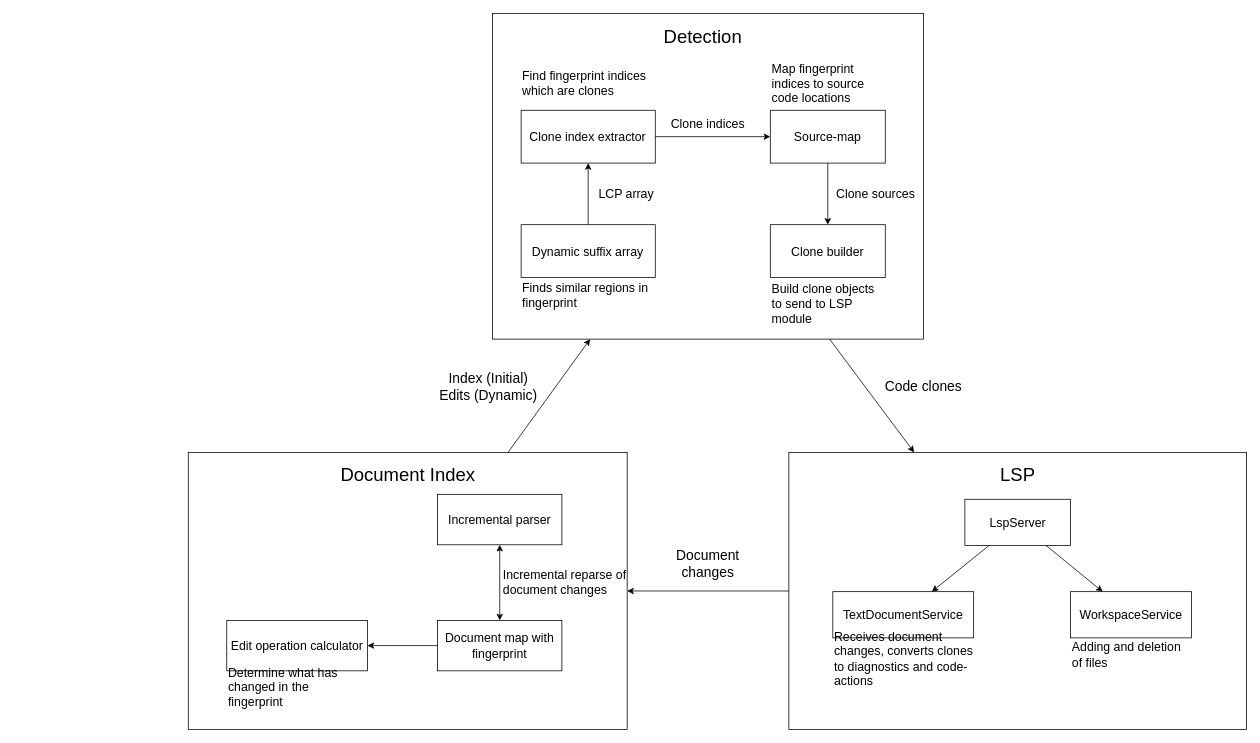
The draw.io diagram thesis/figures/architecture.drawio in jakobkhansen/master-thesis, before the edit. Source tidied: cells renumbered, new cells numbered last; positions are measured from the earlier drawing's top-left corner, leaving out a move shared by most shapes. Both pictures are drawn from the tidied source at 77%, with x=0, y=0 at pixel (188, 13).
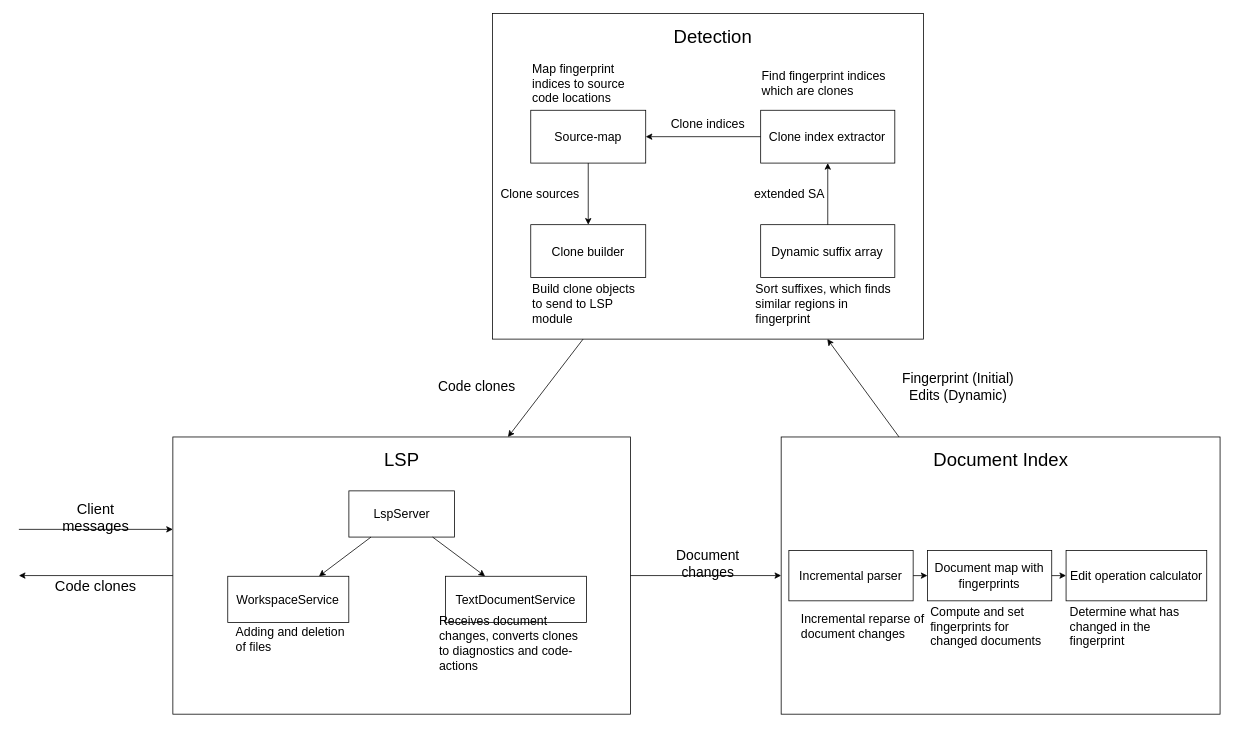
Above is the later version.

The edit, as a diff of the source:
```diff
@@
-    <mxCell id="2" style="rounded=0;whiteSpace=wrap;html=1;fontFamily=Computer Modern;" parent="1" vertex="1">
-      <mxGeometry x="780" y="570" width="594.2" height="360" as="geometry" />
+    <mxCell id="2" style="rounded=0;whiteSpace=wrap;html=1;fontFamily=Computer Modern;flipH=1;" parent="1" vertex="1">
+      <mxGeometry x="-20" y="550" width="594.2" height="360" as="geometry" />
     </mxCell>
     <mxCell id="3" value="LspServer" style="rounded=0;whiteSpace=wrap;html=1;fontSize=16;fontFamily=Computer Modern;" parent="2" vertex="1">
-      <mxGeometry x="228.6" y="60.9" width="137.1" height="60" as="geometry" />
+      <mxGeometry x="228.6" y="70" width="137.1" height="60" as="geometry" />
     </mxCell>
@@
     <mxCell id="5" value="TextDocumentService" style="rounded=0;whiteSpace=wrap;html=1;fontSize=16;fontFamily=Computer Modern;" parent="2" vertex="1">
-      <mxGeometry x="57.1" y="180.9" width="182.9" height="60" as="geometry" />
+      <mxGeometry x="354.2" y="180.9" width="182.9" height="60" as="geometry" />
     </mxCell>
     <mxCell id="6" value="WorkspaceService" style="rounded=0;whiteSpace=wrap;html=1;fontSize=16;fontFamily=Computer Modern;" parent="2" vertex="1">
-      <mxGeometry x="365.7" y="180.9" width="157.2" height="60" as="geometry" />
+      <mxGeometry x="71.3" y="180.9" width="157.2" height="60" as="geometry" />
     </mxCell>
@@
     <mxCell id="9" value="Receives document changes, converts clones to diagnostics and code-actions" style="text;html=1;strokeColor=none;fillColor=none;align=left;verticalAlign=middle;whiteSpace=wrap;rounded=0;fontSize=16;fontFamily=Computer Modern;" parent="2" vertex="1">
-      <mxGeometry x="57.1" y="251.8" width="192.9" height="32.7" as="geometry" />
+      <mxGeometry x="344.2" y="251.8" width="192.9" height="32.7" as="geometry" />
     </mxCell>
     <mxCell id="10" value="Adding and deletion of files" style="text;html=1;strokeColor=none;fillColor=none;align=left;verticalAlign=middle;whiteSpace=wrap;rounded=0;fontSize=16;fontFamily=Computer Modern;" parent="2" vertex="1">
-      <mxGeometry x="365.7" y="240.9" width="148.6" height="43.6" as="geometry" />
+      <mxGeometry x="80" y="240.9" width="148.6" height="43.6" as="geometry" />
     </mxCell>
     <mxCell id="11" style="rounded=0;whiteSpace=wrap;html=1;fontSize=14;fontFamily=Computer Modern;" parent="1" vertex="1">
-      <mxGeometry y="570" width="570" height="360" as="geometry" />
+      <mxGeometry x="770" y="550" width="570" height="360" as="geometry" />
     </mxCell>
@@
-    <mxCell id="13" value="Document map with fingerprint" style="rounded=0;whiteSpace=wrap;html=1;fontSize=16;fontFamily=Computer Modern;" parent="11" vertex="1">
-      <mxGeometry x="323.8" y="218.2" width="161.4" height="65.5" as="geometry" />
+    <mxCell id="13" value="Document map with fingerprints" style="rounded=0;whiteSpace=wrap;html=1;fontSize=16;fontFamily=Computer Modern;" parent="11" vertex="1">
+      <mxGeometry x="190" y="147.3" width="161.4" height="65.5" as="geometry" />
     </mxCell>
     <mxCell id="14" value="Incremental parser" style="rounded=0;whiteSpace=wrap;html=1;fontSize=16;fontFamily=Computer Modern;" parent="11" vertex="1">
-      <mxGeometry x="323.8" y="54.5" width="161.4" height="65.5" as="geometry" />
+      <mxGeometry x="10" y="147.3" width="161.4" height="65.5" as="geometry" />
     </mxCell>
-    <mxCell id="15" style="endArrow=classic;startArrow=classic;html=1;rounded=0;fontSize=14;fontFamily=Computer Modern;" parent="11" edge="1" source="13" target="14">
+    <mxCell id="15" style="endArrow=classic;startArrow=none;html=1;rounded=0;fontSize=14;fontFamily=Computer Modern;startFill=0;" parent="11" edge="1" source="14" target="13">
       <mxGeometry relative="1" as="geometry" />
     </mxCell>
     <mxCell id="16" value="Incremental reparse of document changes" style="text;html=1;strokeColor=none;fillColor=none;align=left;verticalAlign=middle;whiteSpace=wrap;rounded=0;fontSize=16;fontFamily=Computer Modern;" parent="11" vertex="1">
-      <mxGeometry x="407.1" y="152.7" width="162.9" height="32.7" as="geometry" />
+      <mxGeometry x="24.3" y="230" width="162.9" height="32.7" as="geometry" />
     </mxCell>
     <mxCell id="17" value="Edit operation calculator" style="rounded=0;whiteSpace=wrap;html=1;fontSize=16;fontFamily=Computer Modern;" parent="11" vertex="1">
-      <mxGeometry x="50" y="218.2" width="182.7" height="65.5" as="geometry" />
+      <mxGeometry x="370" y="147.3" width="182.7" height="65.5" as="geometry" />
     </mxCell>
@@
     <mxCell id="19" value="Determine what has changed in the fingerprint" style="text;html=1;strokeColor=none;fillColor=none;align=left;verticalAlign=middle;whiteSpace=wrap;rounded=0;fontSize=16;fontFamily=Computer Modern;" parent="11" vertex="1">
-      <mxGeometry x="50" y="283.6" width="180" height="43.6" as="geometry" />
+      <mxGeometry x="372.6" y="224.5" width="180" height="43.6" as="geometry" />
     </mxCell>
+    <mxCell id="42" style="edgeStyle=orthogonalEdgeStyle;rounded=0;orthogonalLoop=1;jettySize=auto;html=1;exitX=0.5;exitY=1;exitDx=0;exitDy=0;" parent="11" edge="1" source="19" target="19">
+      <mxGeometry relative="1" as="geometry" />
+    </mxCell>
+    <mxCell id="43" value="Compute and set fingerprints for changed documents" style="text;html=1;strokeColor=none;fillColor=none;align=left;verticalAlign=middle;whiteSpace=wrap;rounded=0;fontSize=16;fontFamily=Computer Modern;" parent="11" vertex="1">
+      <mxGeometry x="192" y="230" width="159.4" height="32.7" as="geometry" />
+    </mxCell>
-    <mxCell id="20" style="rounded=0;whiteSpace=wrap;html=1;fontSize=14;" parent="1" vertex="1">
+    <mxCell id="20" style="rounded=0;whiteSpace=wrap;html=1;fontSize=14;flipV=0;flipH=1;" parent="1" vertex="1">
       <mxGeometry x="395" width="560" height="422.9" as="geometry" />
     </mxCell>
     <mxCell id="21" value="Detection" style="text;html=1;strokeColor=none;fillColor=none;align=center;verticalAlign=middle;whiteSpace=wrap;rounded=0;fontSize=24;fontFamily=Computer Modern;" parent="20" vertex="1">
-      <mxGeometry x="140.2" y="11.4" width="267.1" height="39.6" as="geometry" />
+      <mxGeometry x="152.7" y="11.4" width="267.1" height="39.6" as="geometry" />
     </mxCell>
     <mxCell id="22" value="Dynamic suffix array" style="rounded=0;whiteSpace=wrap;html=1;fontFamily=Computer Modern;fontSize=16;" parent="20" vertex="1">
-      <mxGeometry x="37.3" y="274.3" width="174.2" height="68.6" as="geometry" />
+      <mxGeometry x="348.4" y="274.3" width="174.2" height="68.6" as="geometry" />
     </mxCell>
     <mxCell id="23" value="Clone index extractor" style="rounded=0;whiteSpace=wrap;html=1;fontFamily=Computer Modern;fontSize=16;" parent="20" vertex="1">
-      <mxGeometry x="37.3" y="125.7" width="174.2" height="68.6" as="geometry" />
+      <mxGeometry x="348.4" y="125.7" width="174.2" height="68.6" as="geometry" />
     </mxCell>
@@
-    <mxCell id="25" value="LCP array" style="text;html=1;strokeColor=none;fillColor=none;align=center;verticalAlign=middle;whiteSpace=wrap;rounded=0;fontSize=16;fontFamily=Computer Modern;" parent="20" vertex="1">
-      <mxGeometry x="124.4" y="217.1" width="99.6" height="34.3" as="geometry" />
+    <mxCell id="25" value="extended SA" style="text;html=1;strokeColor=none;fillColor=none;align=center;verticalAlign=middle;whiteSpace=wrap;rounded=0;fontSize=16;fontFamily=Computer Modern;" parent="20" vertex="1">
+      <mxGeometry x="336" y="217.1" width="99.6" height="34.3" as="geometry" />
     </mxCell>
     <mxCell id="26" value="Source-map" style="rounded=0;whiteSpace=wrap;html=1;fontFamily=Computer Modern;fontSize=16;" parent="20" vertex="1">
-      <mxGeometry x="360.9" y="125.7" width="149.3" height="68.6" as="geometry" />
+      <mxGeometry x="49.8" y="125.7" width="149.3" height="68.6" as="geometry" />
     </mxCell>
     <mxCell id="27" value="Clone builder" style="rounded=0;whiteSpace=wrap;html=1;fontFamily=Computer Modern;fontSize=16;" parent="20" vertex="1">
-      <mxGeometry x="360.9" y="274.3" width="149.3" height="68.6" as="geometry" />
+      <mxGeometry x="49.8" y="274.3" width="149.3" height="68.6" as="geometry" />
     </mxCell>
@@
-    <mxCell id="30" value="Finds similar regions in fingerprint" style="text;html=1;strokeColor=none;fillColor=none;align=left;verticalAlign=middle;whiteSpace=wrap;rounded=0;fontSize=16;fontFamily=Computer Modern;" parent="20" vertex="1">
-      <mxGeometry x="37.3" y="342.9" width="174.2" height="45.7" as="geometry" />
+    <mxCell id="30" value="Sort suffixes, which finds similar regions in fingerprint" style="text;html=1;strokeColor=none;fillColor=none;align=left;verticalAlign=middle;whiteSpace=wrap;rounded=0;fontSize=16;fontFamily=Computer Modern;" parent="20" vertex="1">
+      <mxGeometry x="339.8" y="354.3" width="191.6" height="45.7" as="geometry" />
     </mxCell>
     <mxCell id="31" value="Find fingerprint indices which are clones" style="text;html=1;strokeColor=none;fillColor=none;align=left;verticalAlign=middle;whiteSpace=wrap;rounded=0;fontSize=16;fontFamily=Computer Modern;" parent="20" vertex="1">
-      <mxGeometry x="37.3" y="57.1" width="174.2" height="68.6" as="geometry" />
+      <mxGeometry x="348.4" y="57.1" width="174.2" height="68.6" as="geometry" />
     </mxCell>
     <mxCell id="32" value="Map fingerprint indices to source code locations" style="text;html=1;strokeColor=none;fillColor=none;align=left;verticalAlign=middle;whiteSpace=wrap;rounded=0;fontSize=16;fontFamily=Computer Modern;" parent="20" vertex="1">
-      <mxGeometry x="360.9" y="57.1" width="149.3" height="68.6" as="geometry" />
+      <mxGeometry x="49.8" y="57.1" width="149.3" height="68.6" as="geometry" />
     </mxCell>
     <mxCell id="33" value="Build clone objects to send to LSP module" style="text;html=1;strokeColor=none;fillColor=none;align=left;verticalAlign=middle;whiteSpace=wrap;rounded=0;fontSize=16;fontFamily=Computer Modern;" parent="20" vertex="1">
-      <mxGeometry x="360.9" y="342.9" width="149.3" height="68.6" as="geometry" />
+      <mxGeometry x="49.8" y="342.9" width="149.3" height="68.6" as="geometry" />
     </mxCell>
@@
     <mxCell id="35" value="Clone sources" style="text;html=1;strokeColor=none;fillColor=none;align=center;verticalAlign=middle;whiteSpace=wrap;rounded=0;fontSize=16;fontFamily=Computer Modern;" parent="20" vertex="1">
-      <mxGeometry x="435.6" y="217.1" width="124.4" height="34.3" as="geometry" />
+      <mxGeometry y="217.1" width="124.4" height="34.3" as="geometry" />
     </mxCell>
@@
     <mxCell id="39" value="Code clones" style="text;html=1;strokeColor=none;fillColor=none;align=center;verticalAlign=middle;whiteSpace=wrap;rounded=0;fontSize=18;fontFamily=Computer Modern;" parent="1" vertex="1">
-      <mxGeometry x="900" y="470" width="110" height="30" as="geometry" />
+      <mxGeometry x="320" y="470" width="110" height="30" as="geometry" />
     </mxCell>
@@
-    <mxCell id="41" value="Index (Initial)&lt;br style=&quot;font-size: 18px;&quot;&gt;Edits (Dynamic)" style="text;html=1;strokeColor=none;fillColor=none;align=center;verticalAlign=middle;whiteSpace=wrap;rounded=0;fontSize=18;fontFamily=Computer Modern;" parent="1" vertex="1">
-      <mxGeometry x="320" y="470" width="140" height="30" as="geometry" />
+    <mxCell id="41" value="Fingerprint (Initial)&lt;br style=&quot;font-size: 18px;&quot;&gt;Edits (Dynamic)" style="text;html=1;strokeColor=none;fillColor=none;align=center;verticalAlign=middle;whiteSpace=wrap;rounded=0;fontSize=18;fontFamily=Computer Modern;" parent="1" vertex="1">
+      <mxGeometry x="920" y="470" width="160" height="30" as="geometry" />
     </mxCell>
+    <mxCell id="44" style="endArrow=classic;html=1;rounded=0;" parent="1" edge="1">
+      <mxGeometry relative="1" as="geometry">
+        <mxPoint x="-220" y="670" as="sourcePoint" />
+        <mxPoint x="-20" y="670" as="targetPoint" />
+      </mxGeometry>
+    </mxCell>
+    <mxCell id="45" value="Client messages" style="text;html=1;strokeColor=none;fillColor=none;align=center;verticalAlign=middle;whiteSpace=wrap;rounded=0;fontFamily=Computer Modern;fontSize=19;" parent="1" vertex="1">
+      <mxGeometry x="-190" y="640" width="140" height="30" as="geometry" />
+    </mxCell>
+    <mxCell id="46" style="endArrow=classic;html=1;rounded=0;" parent="1" edge="1" source="2">
+      <mxGeometry relative="1" as="geometry">
+        <mxPoint x="-220" y="730" as="targetPoint" />
+      </mxGeometry>
+    </mxCell>
+    <mxCell id="47" value="Code clones" style="text;html=1;strokeColor=none;fillColor=none;align=center;verticalAlign=middle;whiteSpace=wrap;rounded=0;fontFamily=Computer Modern;fontSize=19;" parent="1" vertex="1">
+      <mxGeometry x="-190" y="730" width="140" height="30" as="geometry" />
+    </mxCell>
```
